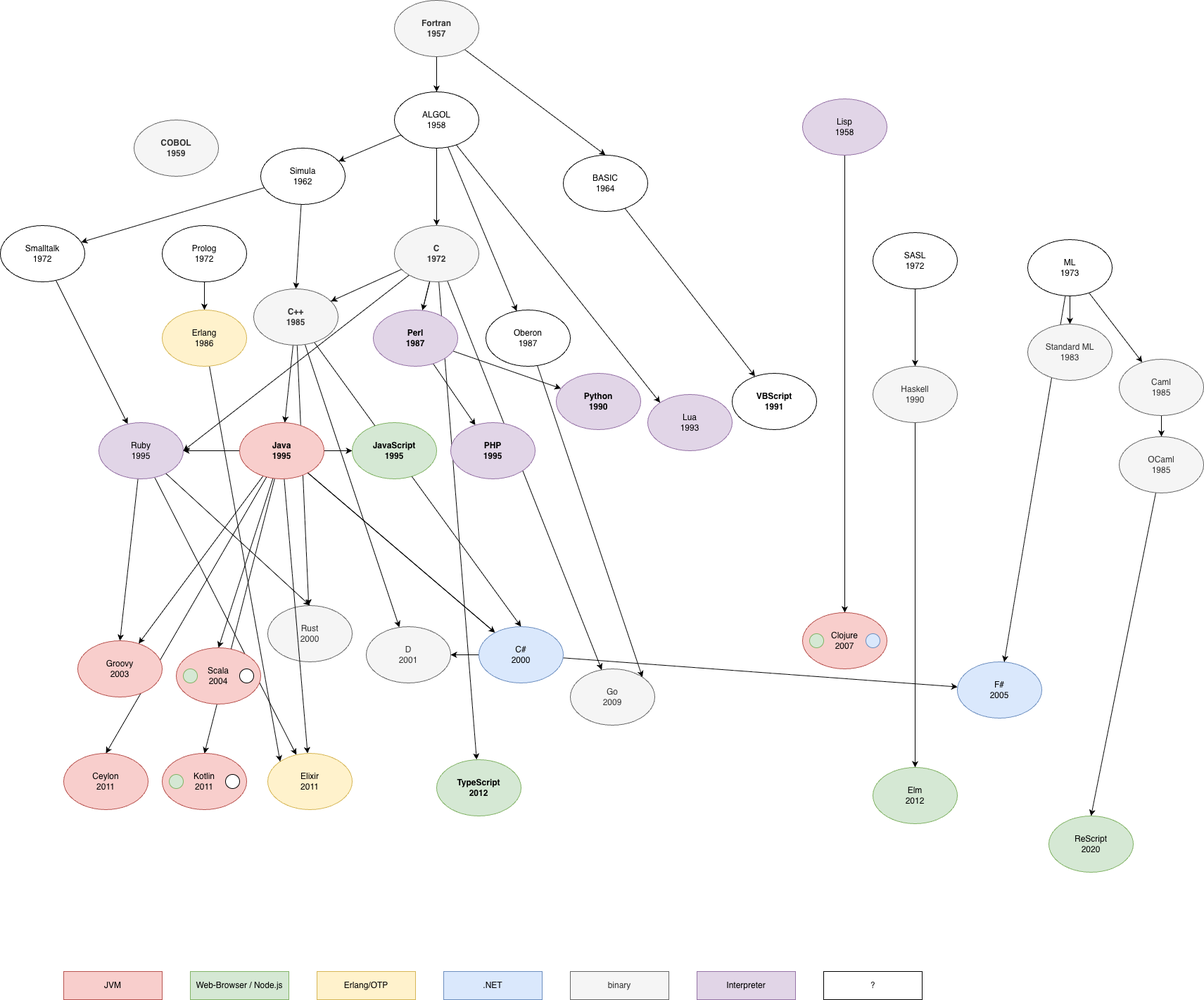
The draw.io diagram lang-tree.png in trutvo/dev-ecosystems, before a commit. Source tidied: cells renumbered, new cells last; positions are measured from the earlier drawing's top-left corner, leaving out a move shared by most shapes.
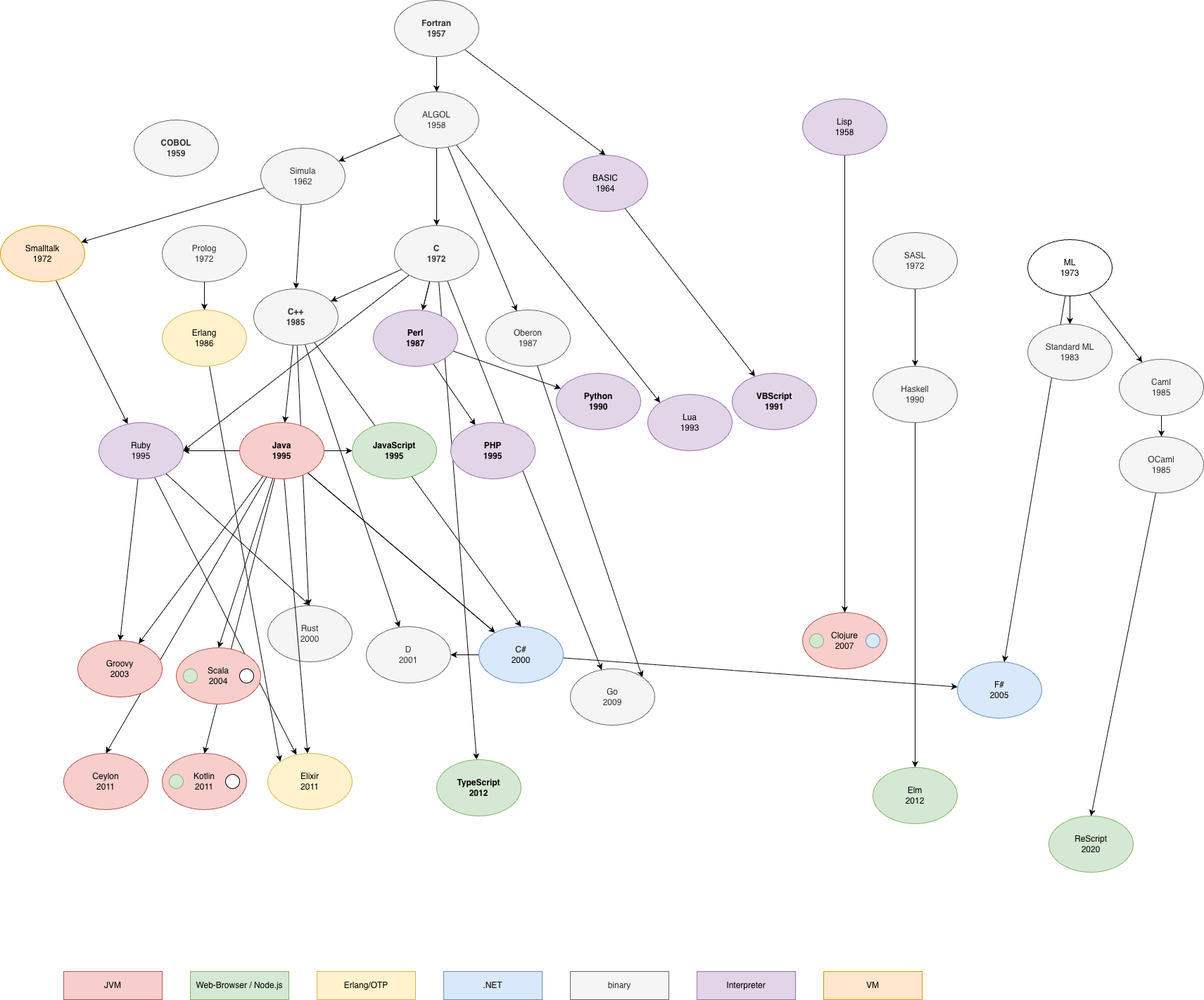
After the change.

What changed in the source:
```diff
@@ -47,13 +47,13 @@
     <mxCell id="16" style="edgeStyle=none;rounded=0;jettySize=auto;html=1;entryX=0;entryY=0;entryDx=0;entryDy=0;" parent="1" edge="1" source="17" target="8">
       <mxGeometry relative="1" as="geometry" />
     </mxCell>
-    <mxCell id="17" value="ALGOL&lt;br&gt;1958" style="ellipse;whiteSpace=wrap;html=1;" parent="1" vertex="1">
+    <mxCell id="17" value="ALGOL&lt;br&gt;1958" style="ellipse;whiteSpace=wrap;html=1;fillColor=#f5f5f5;fontColor=#333333;strokeColor=#666666;" parent="1" vertex="1">
       <mxGeometry x="560" y="130" width="120" height="80" as="geometry" />
     </mxCell>
     <mxCell id="18" style="edgeStyle=none;rounded=0;jettySize=auto;html=1;entryX=1;entryY=0;entryDx=0;entryDy=0;" parent="1" edge="1" source="19" target="40">
       <mxGeometry relative="1" as="geometry" />
     </mxCell>
-    <mxCell id="19" value="Oberon&lt;br&gt;1987" style="ellipse;whiteSpace=wrap;html=1;" parent="1" vertex="1">
+    <mxCell id="19" value="Oberon&lt;br&gt;1987" style="ellipse;whiteSpace=wrap;html=1;fillColor=#f5f5f5;fontColor=#333333;strokeColor=#666666;" parent="1" vertex="1">
       <mxGeometry x="690" y="440" width="120" height="80" as="geometry" />
     </mxCell>
     <mxCell id="20" style="edgeStyle=none;rounded=0;jettySize=auto;html=1;" parent="1" edge="1" source="22" target="24">
@@ -62,13 +62,13 @@
     <mxCell id="21" style="edgeStyle=none;rounded=0;jettySize=auto;html=1;entryX=0.5;entryY=0;entryDx=0;entryDy=0;" parent="1" edge="1" source="22" target="75">
       <mxGeometry relative="1" as="geometry" />
     </mxCell>
-    <mxCell id="22" value="Simula&lt;br&gt;1962" style="ellipse;whiteSpace=wrap;html=1;" parent="1" vertex="1">
+    <mxCell id="22" value="Simula&lt;br&gt;1962" style="ellipse;whiteSpace=wrap;html=1;fillColor=#f5f5f5;fontColor=#333333;strokeColor=#666666;" parent="1" vertex="1">
       <mxGeometry x="370" y="210" width="120" height="80" as="geometry" />
     </mxCell>
     <mxCell id="23" style="edgeStyle=none;rounded=0;jettySize=auto;html=1;" parent="1" edge="1" source="24" target="28">
       <mxGeometry relative="1" as="geometry" />
     </mxCell>
-    <mxCell id="24" value="Smalltalk&lt;br&gt;1972" style="ellipse;whiteSpace=wrap;html=1;" parent="1" vertex="1">
+    <mxCell id="24" value="Smalltalk&lt;br&gt;1972" style="ellipse;whiteSpace=wrap;html=1;fillColor=#ffe6cc;strokeColor=#d79b00;" parent="1" vertex="1">
       <mxGeometry y="320" width="120" height="80" as="geometry" />
     </mxCell>
     <mxCell id="25" style="edgeStyle=none;rounded=0;jettySize=auto;html=1;entryX=0.5;entryY=0;entryDx=0;entryDy=0;" parent="1" edge="1" source="28" target="58">
@@ -176,7 +176,7 @@
     <mxCell id="59" style="edgeStyle=none;rounded=0;jettySize=auto;html=1;" parent="1" edge="1" source="60" target="62">
       <mxGeometry relative="1" as="geometry" />
     </mxCell>
-    <mxCell id="60" value="Prolog&lt;br&gt;1972" style="ellipse;whiteSpace=wrap;html=1;" parent="1" vertex="1">
+    <mxCell id="60" value="Prolog&lt;br&gt;1972" style="ellipse;whiteSpace=wrap;html=1;fillColor=#f5f5f5;fontColor=#333333;strokeColor=#666666;" parent="1" vertex="1">
       <mxGeometry x="230" y="320" width="120" height="80" as="geometry" />
     </mxCell>
     <mxCell id="61" style="edgeStyle=none;rounded=0;jettySize=auto;html=1;entryX=0;entryY=0;entryDx=0;entryDy=0;" parent="1" edge="1" source="62" target="29">
@@ -188,10 +188,10 @@
     <mxCell id="63" style="edgeStyle=none;rounded=0;jettySize=auto;html=1;" parent="1" edge="1" source="64" target="65">
       <mxGeometry relative="1" as="geometry" />
     </mxCell>
-    <mxCell id="64" value="BASIC&lt;br&gt;1964" style="ellipse;whiteSpace=wrap;html=1;" parent="1" vertex="1">
+    <mxCell id="64" value="BASIC&lt;br&gt;1964" style="ellipse;whiteSpace=wrap;html=1;fillColor=#e1d5e7;strokeColor=#9673a6;" parent="1" vertex="1">
       <mxGeometry x="800" y="220" width="120" height="80" as="geometry" />
     </mxCell>
-    <mxCell id="65" value="VBScript&lt;br&gt;1991" style="ellipse;whiteSpace=wrap;html=1;fontStyle=1;" parent="1" vertex="1">
+    <mxCell id="65" value="VBScript&lt;br&gt;1991" style="ellipse;whiteSpace=wrap;html=1;fontStyle=1;fillColor=#e1d5e7;strokeColor=#9673a6;" parent="1" vertex="1">
       <mxGeometry x="1040" y="530" width="120" height="80" as="geometry" />
     </mxCell>
     <mxCell id="66" value="Scala&lt;br&gt;2004" style="ellipse;whiteSpace=wrap;html=1;fillColor=#f8cecc;strokeColor=#b85450;" parent="1" vertex="1">
@@ -200,7 +200,7 @@
     <mxCell id="67" value="Kotlin&lt;br&gt;2011" style="ellipse;whiteSpace=wrap;html=1;fillColor=#f8cecc;strokeColor=#b85450;" parent="1" vertex="1">
       <mxGeometry x="230" y="1070" width="120" height="80" as="geometry" />
     </mxCell>
-    <mxCell id="68" value="SASL&lt;br&gt;1972" style="ellipse;whiteSpace=wrap;html=1;" parent="1" vertex="1">
+    <mxCell id="68" value="SASL&lt;br&gt;1972" style="ellipse;whiteSpace=wrap;html=1;fillColor=#f5f5f5;fontColor=#333333;strokeColor=#666666;" parent="1" vertex="1">
       <mxGeometry x="1240" y="330" width="120" height="80" as="geometry" />
     </mxCell>
     <mxCell id="69" value="Ceylon&lt;br&gt;2011" style="ellipse;whiteSpace=wrap;html=1;fillColor=#f8cecc;strokeColor=#b85450;" parent="1" vertex="1">
@@ -302,7 +302,7 @@
     <mxCell id="101" value="Interpreter" style="rounded=0;whiteSpace=wrap;html=1;fillColor=#e1d5e7;strokeColor=#9673a6;" parent="1" vertex="1">
       <mxGeometry x="990" y="1380" width="140" height="40" as="geometry" />
     </mxCell>
-    <mxCell id="102" value="?" style="rounded=0;whiteSpace=wrap;html=1;" parent="1" vertex="1">
+    <mxCell id="102" value="VM" style="rounded=0;whiteSpace=wrap;html=1;fillColor=#ffe6cc;strokeColor=#d79b00;" parent="1" vertex="1">
       <mxGeometry x="1170" y="1380" width="140" height="40" as="geometry" />
     </mxCell>
   </root>
```
